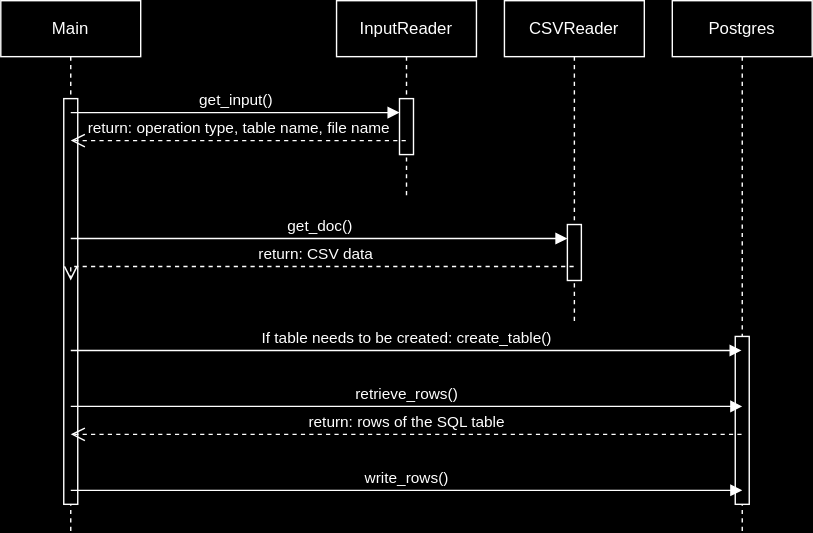
This is doc/Diagrams/WriterSequenceDiagram.svg from sihanyu03/EventManager, a draw.io export, as it was before one commit. Source tidied: cells renumbered, new cells last; positions are measured from the earlier drawing's top-left corner, leaving out a move shared by most shapes.
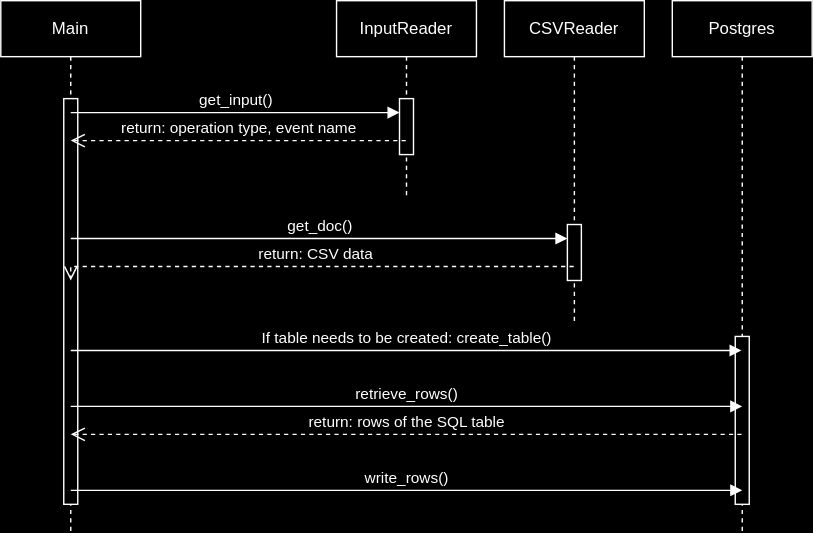
Later version of the same file.

The edit, as a diff of the source:
```diff
@@ -51,7 +51,7 @@
         </Array>
       </mxGeometry>
     </mxCell>
-    <mxCell id="13" value="return: operation type, table name, file name" style="html=1;verticalAlign=bottom;endArrow=open;dashed=1;endSize=8;edgeStyle=elbowEdgeStyle;elbow=vertical;curved=0;rounded=0;" parent="1" edge="1">
+    <mxCell id="13" value="return: operation type, event name" style="html=1;verticalAlign=bottom;endArrow=open;dashed=1;endSize=8;edgeStyle=elbowEdgeStyle;elbow=vertical;curved=0;rounded=0;" parent="1" edge="1">
       <mxGeometry relative="1" as="geometry">
         <mxPoint x="289.5" y="100" as="sourcePoint" />
         <mxPoint x="50" y="100" as="targetPoint" />
```
